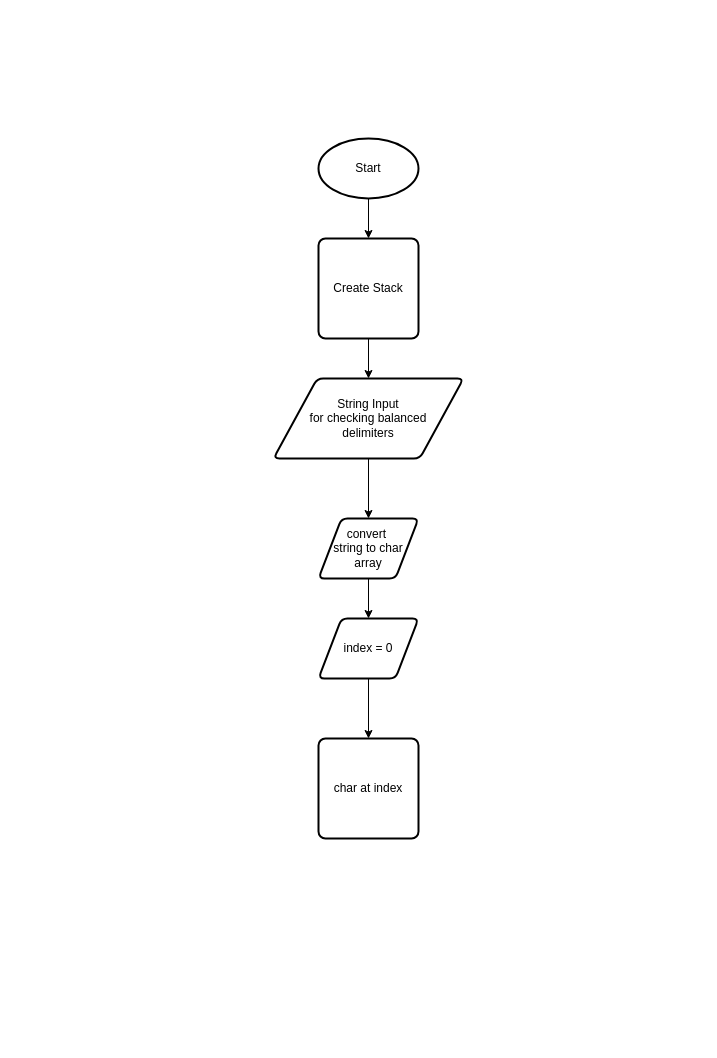
Earlier version of the draw.io diagram cisc181/week6/FLowchart_Stack.drawio (AadarshDevi/CISC187). Source tidied: cells renumbered, new cells numbered last; positions are measured from the earlier drawing's top-left corner, leaving out a move shared by most shapes. Both pictures are drawn from the tidied source at 100%, with x=0, y=0 at pixel (273, 138).
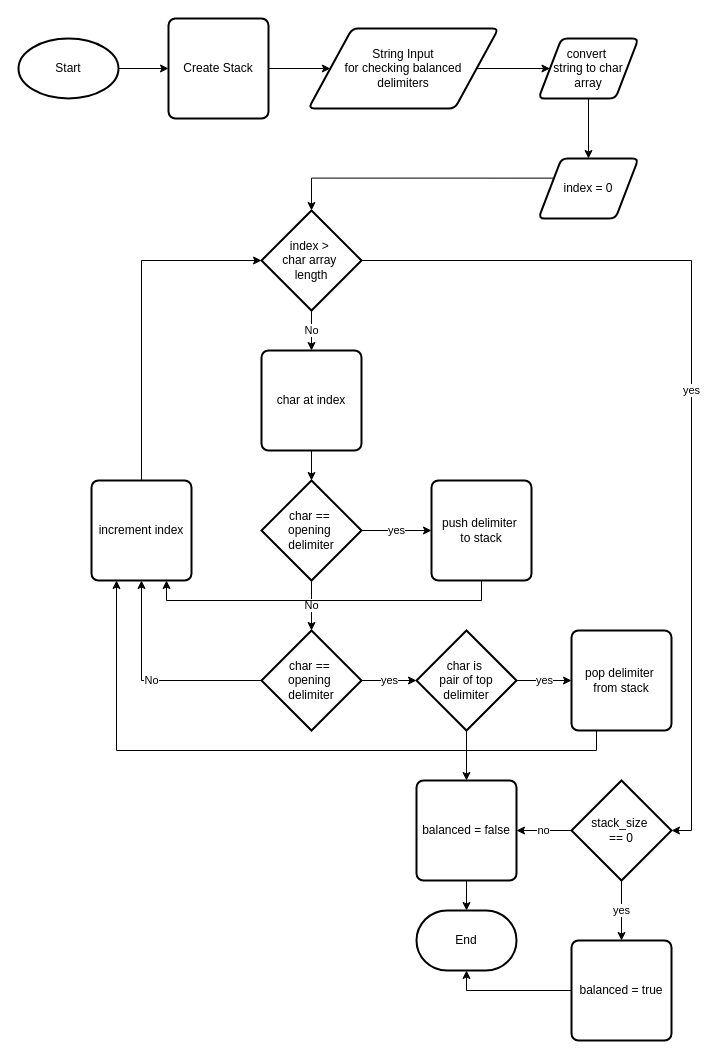
The same page after the edit.

Commit message:
finished flowchart

Diff of the diagram source:
```diff
@@
-    <mxCell id="2" style="edgeStyle=orthogonalEdgeStyle;rounded=0;jettySize=auto;html=1;exitX=0.5;exitY=1;exitDx=0;exitDy=0;exitPerimeter=0;entryX=0.5;entryY=0;entryDx=0;entryDy=0;" parent="1" edge="1" source="3" target="5">
+    <mxCell id="2" style="edgeStyle=orthogonalEdgeStyle;rounded=0;jettySize=auto;html=1;exitX=1;exitY=0.5;exitDx=0;exitDy=0;exitPerimeter=0;entryX=0;entryY=0.5;entryDx=0;entryDy=0;" parent="1" edge="1" source="3" target="5">
       <mxGeometry relative="1" as="geometry" />
     </mxCell>
     <mxCell id="3" value="Start" style="strokeWidth=2;html=1;shape=mxgraph.flowchart.start_1;whiteSpace=wrap;" parent="1" vertex="1">
-      <mxGeometry x="45" width="100" height="60" as="geometry" />
+      <mxGeometry x="-255" y="-100" width="100" height="60" as="geometry" />
     </mxCell>
-    <mxCell id="4" style="edgeStyle=orthogonalEdgeStyle;rounded=0;jettySize=auto;html=1;exitX=0.5;exitY=1;exitDx=0;exitDy=0;entryX=0.5;entryY=0;entryDx=0;entryDy=0;" parent="1" edge="1" source="5" target="7">
+    <mxCell id="4" style="edgeStyle=orthogonalEdgeStyle;rounded=0;jettySize=auto;html=1;exitX=1;exitY=0.5;exitDx=0;exitDy=0;entryX=0;entryY=0.5;entryDx=0;entryDy=0;" parent="1" edge="1" source="5" target="7">
       <mxGeometry relative="1" as="geometry" />
     </mxCell>
     <mxCell id="5" value="Create Stack" style="rounded=1;whiteSpace=wrap;html=1;absoluteArcSize=1;arcSize=14;strokeWidth=2;" parent="1" vertex="1">
-      <mxGeometry x="45" y="100" width="100" height="100" as="geometry" />
+      <mxGeometry x="-105" y="-120" width="100" height="100" as="geometry" />
     </mxCell>
-    <mxCell id="6" style="edgeStyle=orthogonalEdgeStyle;rounded=0;jettySize=auto;html=1;exitX=0.5;exitY=1;exitDx=0;exitDy=0;entryX=0.5;entryY=0;entryDx=0;entryDy=0;" parent="1" edge="1" source="7" target="9">
+    <mxCell id="6" style="edgeStyle=orthogonalEdgeStyle;rounded=0;jettySize=auto;html=1;exitX=1;exitY=0.5;exitDx=0;exitDy=0;entryX=0;entryY=0.5;entryDx=0;entryDy=0;" parent="1" edge="1" source="7" target="9">
       <mxGeometry relative="1" as="geometry" />
     </mxCell>
     <mxCell id="7" value="String Input&lt;div&gt;for checking&amp;nbsp;&lt;span style=&quot;background-color: transparent; color: light-dark(rgb(0, 0, 0), rgb(255, 255, 255));&quot;&gt;balanced&lt;/span&gt;&lt;/div&gt;&lt;div&gt;&lt;span style=&quot;background-color: transparent; color: light-dark(rgb(0, 0, 0), rgb(255, 255, 255));&quot;&gt;delimiters&lt;/span&gt;&lt;/div&gt;" style="shape=parallelogram;html=1;strokeWidth=2;perimeter=parallelogramPerimeter;whiteSpace=wrap;rounded=1;arcSize=12;size=0.23;" parent="1" vertex="1">
-      <mxGeometry y="240" width="190" height="80" as="geometry" />
+      <mxGeometry x="35" y="-110" width="190" height="80" as="geometry" />
     </mxCell>
@@
     <mxCell id="9" value="convert&amp;nbsp;&lt;div&gt;string to char array&lt;/div&gt;" style="shape=parallelogram;html=1;strokeWidth=2;perimeter=parallelogramPerimeter;whiteSpace=wrap;rounded=1;arcSize=12;size=0.23;" parent="1" vertex="1">
-      <mxGeometry x="45" y="380" width="100" height="60" as="geometry" />
+      <mxGeometry x="265" y="-100" width="100" height="60" as="geometry" />
     </mxCell>
     <mxCell id="10" value="char at index" style="rounded=1;whiteSpace=wrap;html=1;absoluteArcSize=1;arcSize=14;strokeWidth=2;" parent="1" vertex="1">
-      <mxGeometry x="45" y="600" width="100" height="100" as="geometry" />
+      <mxGeometry x="-12" y="212" width="100" height="100" as="geometry" />
     </mxCell>
-    <mxCell id="11" style="edgeStyle=orthogonalEdgeStyle;rounded=0;jettySize=auto;html=1;exitX=0.5;exitY=1;exitDx=0;exitDy=0;entryX=0.5;entryY=0;entryDx=0;entryDy=0;" parent="1" edge="1" source="12" target="10">
-      <mxGeometry relative="1" as="geometry" />
-    </mxCell>
     <mxCell id="12" value="index = 0" style="shape=parallelogram;html=1;strokeWidth=2;perimeter=parallelogramPerimeter;whiteSpace=wrap;rounded=1;arcSize=12;size=0.23;" parent="1" vertex="1">
-      <mxGeometry x="45" y="480" width="100" height="60" as="geometry" />
+      <mxGeometry x="265" y="20" width="100" height="60" as="geometry" />
     </mxCell>
+    <mxCell id="13" value="yes" style="edgeStyle=orthogonalEdgeStyle;rounded=0;jettySize=auto;html=1;exitX=1;exitY=0.5;exitDx=0;exitDy=0;exitPerimeter=0;entryX=0;entryY=0.5;entryDx=0;entryDy=0;" parent="1" edge="1" source="14" target="24">
+      <mxGeometry relative="1" as="geometry" />
+    </mxCell>
+    <mxCell id="14" value="char ==&amp;nbsp;&lt;div&gt;opening&amp;nbsp;&lt;/div&gt;&lt;div&gt;delimiter&lt;/div&gt;" style="strokeWidth=2;html=1;shape=mxgraph.flowchart.decision;whiteSpace=wrap;" parent="1" vertex="1">
+      <mxGeometry x="-12" y="342" width="100" height="100" as="geometry" />
+    </mxCell>
+    <mxCell id="15" style="edgeStyle=orthogonalEdgeStyle;rounded=0;jettySize=auto;html=1;exitX=0.5;exitY=1;exitDx=0;exitDy=0;entryX=0.5;entryY=0;entryDx=0;entryDy=0;entryPerimeter=0;" parent="1" edge="1" source="10" target="14">
+      <mxGeometry relative="1" as="geometry" />
+    </mxCell>
+    <mxCell id="16" value="increment index" style="rounded=1;whiteSpace=wrap;html=1;absoluteArcSize=1;arcSize=14;strokeWidth=2;" parent="1" vertex="1">
+      <mxGeometry x="-182" y="342" width="100" height="100" as="geometry" />
+    </mxCell>
+    <mxCell id="17" value="No" style="edgeStyle=orthogonalEdgeStyle;rounded=0;jettySize=auto;html=1;exitX=0.5;exitY=1;exitDx=0;exitDy=0;exitPerimeter=0;entryX=0.5;entryY=0;entryDx=0;entryDy=0;" parent="1" edge="1" source="18" target="10">
+      <mxGeometry relative="1" as="geometry" />
+    </mxCell>
+    <mxCell id="18" value="index &amp;gt;&amp;nbsp;&lt;div&gt;char array&amp;nbsp;&lt;/div&gt;&lt;div&gt;length&lt;/div&gt;" style="strokeWidth=2;html=1;shape=mxgraph.flowchart.decision;whiteSpace=wrap;" parent="1" vertex="1">
+      <mxGeometry x="-12" y="72" width="100" height="100" as="geometry" />
+    </mxCell>
+    <mxCell id="19" style="edgeStyle=orthogonalEdgeStyle;rounded=0;jettySize=auto;html=1;exitX=0.5;exitY=0;exitDx=0;exitDy=0;entryX=0;entryY=0.5;entryDx=0;entryDy=0;entryPerimeter=0;" parent="1" edge="1" source="16" target="18">
+      <mxGeometry relative="1" as="geometry" />
+    </mxCell>
+    <mxCell id="20" value="No" style="edgeStyle=orthogonalEdgeStyle;rounded=0;jettySize=auto;html=1;exitX=0;exitY=0.5;exitDx=0;exitDy=0;exitPerimeter=0;entryX=0.5;entryY=1;entryDx=0;entryDy=0;" parent="1" edge="1" source="21" target="16">
+      <mxGeometry relative="1" as="geometry" />
+    </mxCell>
+    <mxCell id="21" value="char ==&amp;nbsp;&lt;div&gt;opening&amp;nbsp;&lt;/div&gt;&lt;div&gt;delimiter&lt;/div&gt;" style="strokeWidth=2;html=1;shape=mxgraph.flowchart.decision;whiteSpace=wrap;" parent="1" vertex="1">
+      <mxGeometry x="-12" y="492" width="100" height="100" as="geometry" />
+    </mxCell>
+    <mxCell id="22" value="No" style="edgeStyle=orthogonalEdgeStyle;rounded=0;jettySize=auto;html=1;exitX=0.5;exitY=1;exitDx=0;exitDy=0;exitPerimeter=0;entryX=0.5;entryY=0;entryDx=0;entryDy=0;entryPerimeter=0;" parent="1" edge="1" source="14" target="21">
+      <mxGeometry relative="1" as="geometry" />
+    </mxCell>
+    <mxCell id="23" style="edgeStyle=orthogonalEdgeStyle;rounded=0;jettySize=auto;html=1;exitX=0.5;exitY=1;exitDx=0;exitDy=0;entryX=0.75;entryY=1;entryDx=0;entryDy=0;" parent="1" edge="1" source="24" target="16">
+      <mxGeometry relative="1" as="geometry" />
+    </mxCell>
+    <mxCell id="24" value="push delimiter&amp;nbsp;&lt;div&gt;to stack&lt;/div&gt;" style="rounded=1;whiteSpace=wrap;html=1;absoluteArcSize=1;arcSize=14;strokeWidth=2;" parent="1" vertex="1">
+      <mxGeometry x="158" y="342" width="100" height="100" as="geometry" />
+    </mxCell>
+    <mxCell id="25" value="yes" style="edgeStyle=orthogonalEdgeStyle;rounded=0;jettySize=auto;html=1;exitX=1;exitY=0.5;exitDx=0;exitDy=0;exitPerimeter=0;entryX=0;entryY=0.5;entryDx=0;entryDy=0;" parent="1" edge="1" source="27" target="30">
+      <mxGeometry relative="1" as="geometry" />
+    </mxCell>
+    <mxCell id="26" style="edgeStyle=orthogonalEdgeStyle;rounded=0;jettySize=auto;html=1;exitX=0.5;exitY=1;exitDx=0;exitDy=0;exitPerimeter=0;entryX=0.5;entryY=0;entryDx=0;entryDy=0;" parent="1" edge="1" source="27" target="31">
+      <mxGeometry relative="1" as="geometry" />
+    </mxCell>
+    <mxCell id="27" value="char is&amp;nbsp;&lt;div&gt;pair of top&lt;/div&gt;&lt;div&gt;delimiter&lt;/div&gt;" style="strokeWidth=2;html=1;shape=mxgraph.flowchart.decision;whiteSpace=wrap;" parent="1" vertex="1">
+      <mxGeometry x="143" y="492" width="100" height="100" as="geometry" />
+    </mxCell>
+    <mxCell id="28" value="yes" style="edgeStyle=orthogonalEdgeStyle;rounded=0;jettySize=auto;html=1;exitX=1;exitY=0.5;exitDx=0;exitDy=0;exitPerimeter=0;entryX=0;entryY=0.5;entryDx=0;entryDy=0;entryPerimeter=0;" parent="1" edge="1" source="21" target="27">
+      <mxGeometry relative="1" as="geometry" />
+    </mxCell>
+    <mxCell id="29" style="edgeStyle=orthogonalEdgeStyle;rounded=0;jettySize=auto;html=1;exitX=0.25;exitY=1;exitDx=0;exitDy=0;entryX=0.25;entryY=1;entryDx=0;entryDy=0;" parent="1" edge="1" source="30" target="16">
+      <mxGeometry relative="1" as="geometry" />
+    </mxCell>
+    <mxCell id="30" value="pop delimiter&amp;nbsp;&lt;div&gt;from stack&lt;/div&gt;" style="rounded=1;whiteSpace=wrap;html=1;absoluteArcSize=1;arcSize=14;strokeWidth=2;" parent="1" vertex="1">
+      <mxGeometry x="298" y="492" width="100" height="100" as="geometry" />
+    </mxCell>
+    <mxCell id="31" value="balanced = false" style="rounded=1;whiteSpace=wrap;html=1;absoluteArcSize=1;arcSize=14;strokeWidth=2;" parent="1" vertex="1">
+      <mxGeometry x="143" y="642" width="100" height="100" as="geometry" />
+    </mxCell>
+    <mxCell id="32" value="End" style="strokeWidth=2;html=1;shape=mxgraph.flowchart.terminator;whiteSpace=wrap;" parent="1" vertex="1">
+      <mxGeometry x="143" y="772" width="100" height="60" as="geometry" />
+    </mxCell>
+    <mxCell id="33" style="edgeStyle=orthogonalEdgeStyle;rounded=0;jettySize=auto;html=1;exitX=0.5;exitY=1;exitDx=0;exitDy=0;entryX=0.5;entryY=0;entryDx=0;entryDy=0;entryPerimeter=0;" parent="1" edge="1" source="31" target="32">
+      <mxGeometry relative="1" as="geometry" />
+    </mxCell>
+    <mxCell id="34" value="yes" style="edgeStyle=orthogonalEdgeStyle;rounded=0;jettySize=auto;html=1;exitX=0.5;exitY=1;exitDx=0;exitDy=0;exitPerimeter=0;entryX=0.5;entryY=0;entryDx=0;entryDy=0;" parent="1" edge="1" source="36" target="38">
+      <mxGeometry relative="1" as="geometry" />
+    </mxCell>
+    <mxCell id="35" value="no" style="edgeStyle=orthogonalEdgeStyle;rounded=0;jettySize=auto;html=1;exitX=0;exitY=0.5;exitDx=0;exitDy=0;exitPerimeter=0;entryX=1;entryY=0.5;entryDx=0;entryDy=0;" parent="1" edge="1" source="36" target="31">
+      <mxGeometry relative="1" as="geometry" />
+    </mxCell>
+    <mxCell id="36" value="stack_size&amp;nbsp;&lt;div&gt;== 0&lt;/div&gt;" style="strokeWidth=2;html=1;shape=mxgraph.flowchart.decision;whiteSpace=wrap;" parent="1" vertex="1">
+      <mxGeometry x="298" y="642" width="100" height="100" as="geometry" />
+    </mxCell>
+    <mxCell id="37" value="yes" style="edgeStyle=orthogonalEdgeStyle;rounded=0;jettySize=auto;html=1;exitX=1;exitY=0.5;exitDx=0;exitDy=0;exitPerimeter=0;entryX=1;entryY=0.5;entryDx=0;entryDy=0;entryPerimeter=0;" parent="1" edge="1" source="18" target="36">
+      <mxGeometry relative="1" as="geometry" />
+    </mxCell>
+    <mxCell id="38" value="balanced = true" style="rounded=1;whiteSpace=wrap;html=1;absoluteArcSize=1;arcSize=14;strokeWidth=2;" parent="1" vertex="1">
+      <mxGeometry x="298" y="802" width="100" height="100" as="geometry" />
+    </mxCell>
+    <mxCell id="39" style="edgeStyle=orthogonalEdgeStyle;rounded=0;jettySize=auto;html=1;exitX=0;exitY=0.5;exitDx=0;exitDy=0;entryX=0.5;entryY=1;entryDx=0;entryDy=0;entryPerimeter=0;" parent="1" edge="1" source="38" target="32">
+      <mxGeometry relative="1" as="geometry" />
+    </mxCell>
+    <mxCell id="40" style="edgeStyle=orthogonalEdgeStyle;rounded=0;jettySize=auto;html=1;exitX=0;exitY=0.25;exitDx=0;exitDy=0;entryX=0.5;entryY=0;entryDx=0;entryDy=0;entryPerimeter=0;" parent="1" edge="1" source="12" target="18">
+      <mxGeometry relative="1" as="geometry" />
+    </mxCell>
```
